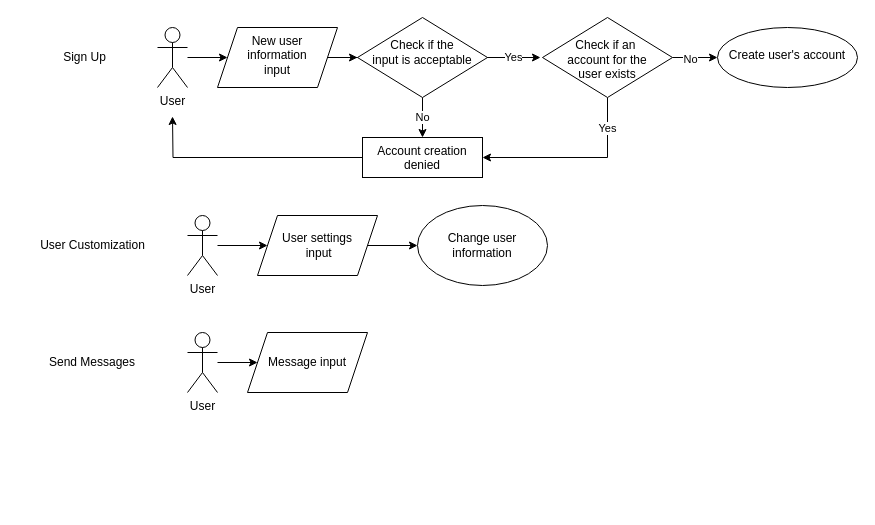
This is context.drawio from M4RL1M/CPSC-362-Chat-App-Project, a draw.io file, before an edit. Source tidied: cells renumbered, new cells numbered last; positions are measured from the earlier drawing's top-left corner, leaving out a move shared by most shapes. Both pictures are drawn from the tidied source at 100%, with x=0, y=0 at pixel (17, 17).
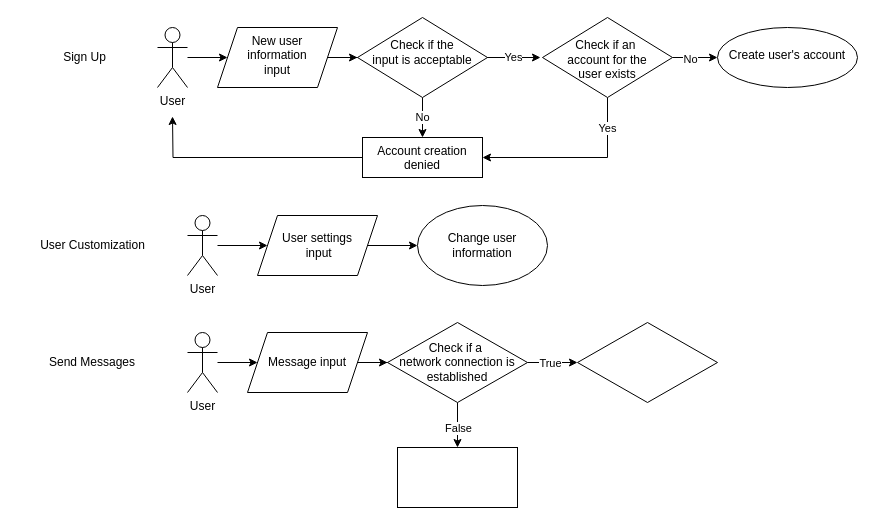
Above is the later version.

The change refers to these unchanged cells:
```xml
<mxCell id="24" value="Message input" style="shape=parallelogram;perimeter=parallelogramPerimeter;whiteSpace=wrap;html=1;fixedSize=1;" parent="1" vertex="1">
  <mxGeometry x="230" y="315" width="120" height="60" as="geometry" />
</mxCell>
```

What changed in the source:
```diff
@@
+    <mxCell id="28" style="edgeStyle=orthogonalEdgeStyle;rounded=0;jettySize=auto;html=1;" parent="1" edge="1" source="24" target="33">
+      <mxGeometry relative="1" as="geometry" />
+    </mxCell>
@@
+    <mxCell id="29" style="edgeStyle=orthogonalEdgeStyle;rounded=0;jettySize=auto;html=1;" parent="1" edge="1" source="33" target="34">
+      <mxGeometry relative="1" as="geometry" />
+    </mxCell>
+    <mxCell id="30" value="False" style="edgeLabel;html=1;align=center;verticalAlign=middle;" parent="29" vertex="1">
+      <mxGeometry x="0.11" y="1" relative="1" as="geometry">
+        <mxPoint x="-1" as="offset" />
+      </mxGeometry>
+    </mxCell>
+    <mxCell id="31" style="edgeStyle=orthogonalEdgeStyle;rounded=0;jettySize=auto;html=1;entryX=0;entryY=0.5;entryDx=0;entryDy=0;" parent="1" edge="1" source="33" target="35">
+      <mxGeometry relative="1" as="geometry" />
+    </mxCell>
+    <mxCell id="32" value="True" style="edgeLabel;html=1;align=center;verticalAlign=middle;" parent="31" vertex="1">
+      <mxGeometry x="-0.12" y="4" relative="1" as="geometry">
+        <mxPoint y="4" as="offset" />
+      </mxGeometry>
+    </mxCell>
+    <mxCell id="33" value="Check if a&amp;nbsp;&lt;div&gt;network connection is&lt;div&gt;established&lt;/div&gt;&lt;/div&gt;" style="rhombus;whiteSpace=wrap;html=1;" parent="1" vertex="1">
+      <mxGeometry x="370" y="305" width="140" height="80" as="geometry" />
+    </mxCell>
+    <mxCell id="34" style="whiteSpace=wrap;html=1;" parent="1" vertex="1">
+      <mxGeometry x="380" y="430" width="120" height="60" as="geometry" />
+    </mxCell>
+    <mxCell id="35" style="rhombus;whiteSpace=wrap;html=1;" parent="1" vertex="1">
+      <mxGeometry x="560" y="305" width="140" height="80" as="geometry" />
+    </mxCell>
```
